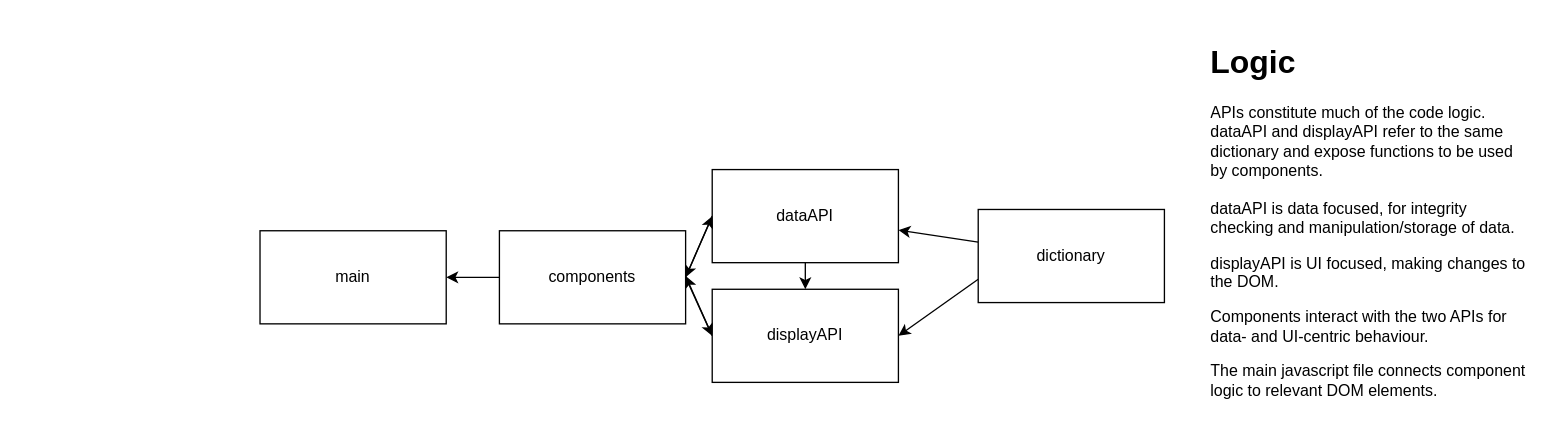
Before: page "APP Logic" (1 of 2) of assets/dev/logic.drawio in andodaryl/ci-project-2, a draw.io diagram. Source tidied: cells renumbered, new cells numbered last; positions are measured from the earlier drawing's top-left corner, leaving out a move shared by most shapes. Both pictures are drawn from the tidied source at 133%, with x=0, y=0 at pixel (259, 36).
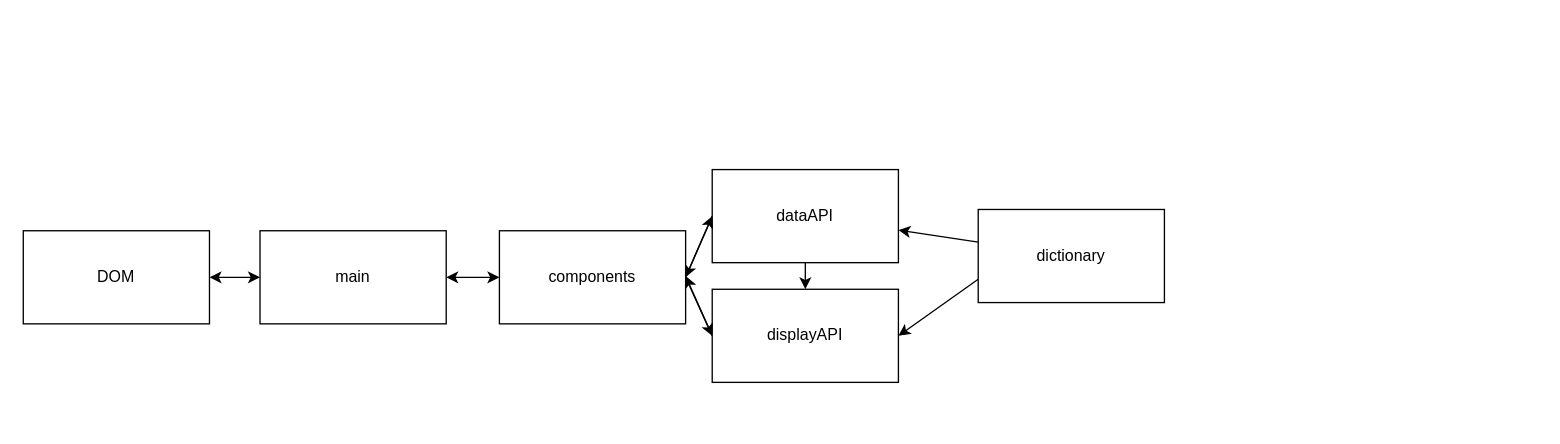
Above is the later version.

Commit message (it also covers changes not shown here):
Update naming convention + UI logic

Change to the diagram source:
```diff
@@
 <mxGraphModel>
   <root>
     <mxCell id="0" />
     <mxCell id="1" parent="0" />
     <mxCell id="2" style="edgeStyle=none;html=1;exitX=0;exitY=0.5;exitDx=0;exitDy=0;" parent="1" edge="1" source="3">
       <mxGeometry relative="1" as="geometry">
         <mxPoint x="320" y="180" as="targetPoint" />
       </mxGeometry>
     </mxCell>
     <mxCell id="3" value="displayAPI" style="whiteSpace=wrap;html=1;" parent="1" vertex="1">
       <mxGeometry x="340" y="190" width="140" height="70" as="geometry" />
     </mxCell>
     <mxCell id="4" style="edgeStyle=none;html=1;" parent="1" edge="1" source="6" target="3">
       <mxGeometry relative="1" as="geometry" />
     </mxCell>
     <mxCell id="5" style="html=1;exitX=0;exitY=0.5;exitDx=0;exitDy=0;entryX=1;entryY=0.5;entryDx=0;entryDy=0;" parent="1" edge="1" source="6" target="13">
       <mxGeometry relative="1" as="geometry" />
     </mxCell>
     <mxCell id="6" value="dataAPI" style="whiteSpace=wrap;html=1;" parent="1" vertex="1">
       <mxGeometry x="340" y="100" width="140" height="70" as="geometry" />
     </mxCell>
     <mxCell id="7" style="edgeStyle=none;html=1;" parent="1" edge="1" source="9" target="6">
       <mxGeometry relative="1" as="geometry" />
     </mxCell>
     <mxCell id="8" style="edgeStyle=none;html=1;exitX=0;exitY=0.75;exitDx=0;exitDy=0;entryX=1;entryY=0.5;entryDx=0;entryDy=0;" parent="1" edge="1" source="9" target="3">
       <mxGeometry relative="1" as="geometry" />
     </mxCell>
     <mxCell id="9" value="dictionary" style="whiteSpace=wrap;html=1;" parent="1" vertex="1">
       <mxGeometry x="540" y="130" width="140" height="70" as="geometry" />
     </mxCell>
     <mxCell id="10" style="edgeStyle=none;html=1;exitX=1;exitY=0.5;exitDx=0;exitDy=0;" parent="1" edge="1" source="13">
       <mxGeometry relative="1" as="geometry">
         <mxPoint x="340" y="135" as="targetPoint" />
       </mxGeometry>
     </mxCell>
     <mxCell id="11" style="edgeStyle=none;html=1;exitX=1;exitY=0.5;exitDx=0;exitDy=0;entryX=0;entryY=0.5;entryDx=0;entryDy=0;" parent="1" edge="1" source="13" target="3">
       <mxGeometry relative="1" as="geometry" />
     </mxCell>
-    <mxCell id="12" style="edgeStyle=none;html=1;exitX=0;exitY=0.5;exitDx=0;exitDy=0;entryX=1;entryY=0.5;entryDx=0;entryDy=0;" parent="1" edge="1" source="13" target="14">
+    <mxCell id="12" style="edgeStyle=none;html=1;exitX=0;exitY=0.5;exitDx=0;exitDy=0;entryX=1;entryY=0.5;entryDx=0;entryDy=0;endArrow=classic;endFill=1;startArrow=classic;startFill=1;" parent="1" edge="1" source="13" target="14">
       <mxGeometry relative="1" as="geometry" />
     </mxCell>
     <mxCell id="13" value="components" style="whiteSpace=wrap;html=1;" parent="1" vertex="1">
       <mxGeometry x="180" y="146" width="140" height="70" as="geometry" />
     </mxCell>
+    <mxCell id="16" style="edgeStyle=none;html=1;startArrow=classic;startFill=1;endArrow=classic;endFill=1;" parent="1" edge="1" source="14" target="17">
+      <mxGeometry relative="1" as="geometry" />
+    </mxCell>
     <mxCell id="14" value="main" style="whiteSpace=wrap;html=1;" parent="1" vertex="1">
       <mxGeometry y="146" width="140" height="70" as="geometry" />
     </mxCell>
-    <mxCell id="15" value="&lt;h1&gt;Logic&amp;nbsp;&lt;/h1&gt;&lt;p&gt;APIs constitute much of the code logic.&lt;br&gt;dataAPI and displayAPI refer to the same dictionary and expose functions to be used by components.&lt;br&gt;&lt;br&gt;dataAPI is data focused, for integrity checking and manipulation/storage of data.&lt;/p&gt;&lt;p&gt;displayAPI is UI focused, making changes to the DOM.&lt;/p&gt;&lt;p&gt;Components interact with the two APIs for data- and UI-centric behaviour.&lt;/p&gt;&lt;p&gt;The main javascript file connects component logic to relevant DOM elements.&lt;/p&gt;" style="text;html=1;strokeColor=none;fillColor=none;spacing=5;spacingTop=-20;whiteSpace=wrap;overflow=hidden;rounded=0;" parent="1" vertex="1">
-      <mxGeometry x="710" width="250" height="290" as="geometry" />
-    </mxCell>
+    <mxCell id="17" value="DOM" style="whiteSpace=wrap;html=1;" parent="1" vertex="1">
+      <mxGeometry x="-178" y="146" width="140" height="70" as="geometry" />
+    </mxCell>
   </root>
 </mxGraphModel>
```
